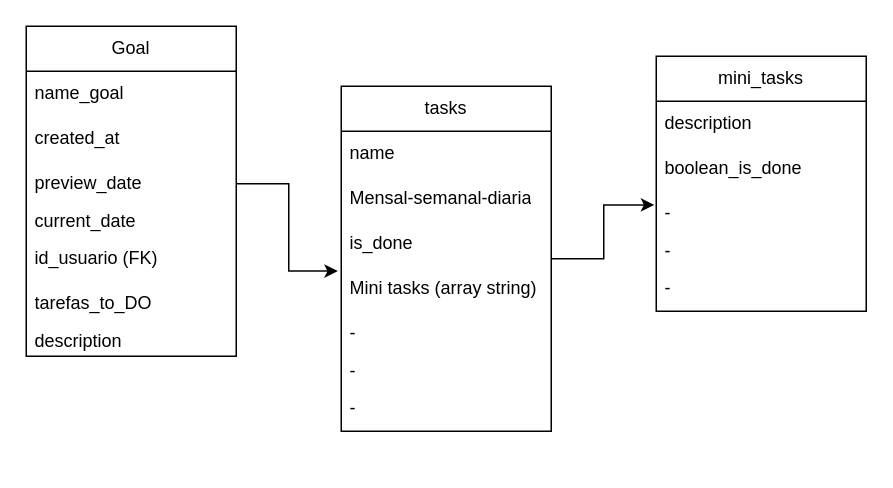
Above: public/diagram.drawio in matheusz-nied/my-goals (draw.io), before the change. Source tidied: cells renumbered, new cells numbered last; positions are measured from the earlier drawing's top-left corner, leaving out a move shared by most shapes. Both pictures are drawn from the tidied source at 150%, with x=0, y=0 at pixel (26, 26).
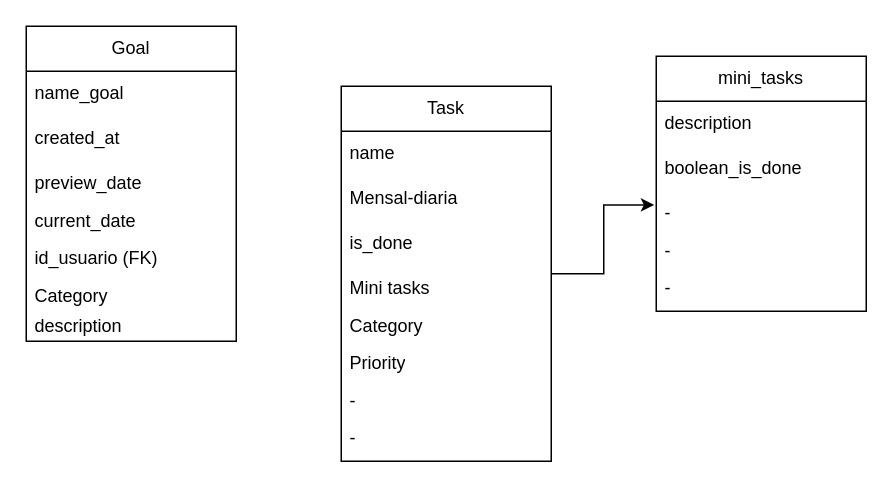
The same page after the edit.

The change refers to these unchanged cells:
```xml
<mxCell id="5" value="preview_date" style="text;strokeColor=none;fillColor=none;align=left;verticalAlign=middle;spacingLeft=4;spacingRight=4;overflow=hidden;points=[[0,0.5],[1,0.5]];portConstraint=eastwest;whiteSpace=wrap;html=1;" parent="2" vertex="1">
  <mxGeometry y="90" width="140" height="30" as="geometry" />
</mxCell>
```

What changed in the source:
```diff
@@
     <mxCell id="2" value="Goal" style="swimlane;fontStyle=0;horizontal=1;startSize=30;whiteSpace=wrap;html=1;" parent="1" vertex="1">
-      <mxGeometry width="140" height="220" as="geometry" />
+      <mxGeometry width="140" height="210" as="geometry" />
     </mxCell>
@@
-    <mxCell id="8" value="tarefas_to_DO" style="text;strokeColor=none;fillColor=none;align=left;verticalAlign=middle;spacingLeft=4;spacingRight=4;overflow=hidden;whiteSpace=wrap;html=1;" parent="2" vertex="1">
-      <mxGeometry y="170" width="140" height="30" as="geometry" />
-    </mxCell>
-    <mxCell id="9" value="description" style="text;strokeColor=none;fillColor=none;align=left;verticalAlign=middle;spacingLeft=4;spacingRight=4;overflow=hidden;whiteSpace=wrap;html=1;" parent="2" vertex="1">
-      <mxGeometry y="200" width="140" height="20" as="geometry" />
+    <mxCell id="9" value="Category" style="text;strokeColor=none;fillColor=none;align=left;verticalAlign=middle;spacingLeft=4;spacingRight=4;overflow=hidden;whiteSpace=wrap;html=1;" parent="2" vertex="1">
+      <mxGeometry y="170" width="140" height="20" as="geometry" />
     </mxCell>
+    <mxCell id="26" value="description" style="text;strokeColor=none;fillColor=none;align=left;verticalAlign=middle;spacingLeft=4;spacingRight=4;overflow=hidden;whiteSpace=wrap;html=1;" parent="2" vertex="1">
+      <mxGeometry y="190" width="140" height="20" as="geometry" />
+    </mxCell>
-    <mxCell id="10" value="tasks" style="swimlane;fontStyle=0;horizontal=1;startSize=30;whiteSpace=wrap;html=1;" parent="1" vertex="1">
-      <mxGeometry x="210" y="40" width="140" height="230" as="geometry" />
+    <mxCell id="10" value="Task" style="swimlane;fontStyle=0;horizontal=1;startSize=30;whiteSpace=wrap;html=1;" parent="1" vertex="1">
+      <mxGeometry x="210" y="40" width="140" height="250" as="geometry" />
     </mxCell>
@@
-    <mxCell id="12" value="Mensal-semanal-diaria" style="text;strokeColor=none;fillColor=none;align=left;verticalAlign=middle;spacingLeft=4;spacingRight=4;overflow=hidden;whiteSpace=wrap;html=1;" parent="10" vertex="1">
+    <mxCell id="12" value="Mensal-diaria" style="text;strokeColor=none;fillColor=none;align=left;verticalAlign=middle;spacingLeft=4;spacingRight=4;overflow=hidden;whiteSpace=wrap;html=1;" parent="10" vertex="1">
       <mxGeometry y="60" width="140" height="30" as="geometry" />
     </mxCell>
@@
-    <mxCell id="14" value="Mini tasks (array string)" style="text;strokeColor=none;fillColor=none;align=left;verticalAlign=middle;spacingLeft=4;spacingRight=4;overflow=hidden;points=[[0,0.5],[1,0.5]];portConstraint=eastwest;whiteSpace=wrap;html=1;" parent="10" vertex="1">
+    <mxCell id="14" value="Mini tasks&amp;nbsp;&lt;br&gt;" style="text;strokeColor=none;fillColor=none;align=left;verticalAlign=middle;spacingLeft=4;spacingRight=4;overflow=hidden;points=[[0,0.5],[1,0.5]];portConstraint=eastwest;whiteSpace=wrap;html=1;" parent="10" vertex="1">
       <mxGeometry y="120" width="140" height="30" as="geometry" />
     </mxCell>
+    <mxCell id="27" value="Category" style="text;strokeColor=none;fillColor=none;align=left;verticalAlign=middle;spacingLeft=4;spacingRight=4;overflow=hidden;whiteSpace=wrap;html=1;" parent="10" vertex="1">
+      <mxGeometry y="150" width="140" height="20" as="geometry" />
+    </mxCell>
-    <mxCell id="15" value="-" style="text;strokeColor=none;fillColor=none;align=left;verticalAlign=middle;spacingLeft=4;spacingRight=4;overflow=hidden;whiteSpace=wrap;html=1;" parent="10" vertex="1">
-      <mxGeometry y="150" width="140" height="30" as="geometry" />
+    <mxCell id="15" value="Priority" style="text;strokeColor=none;fillColor=none;align=left;verticalAlign=middle;spacingLeft=4;spacingRight=4;overflow=hidden;whiteSpace=wrap;html=1;" parent="10" vertex="1">
+      <mxGeometry y="170" width="140" height="30" as="geometry" />
     </mxCell>
     <mxCell id="16" value="-" style="text;strokeColor=none;fillColor=none;align=left;verticalAlign=middle;spacingLeft=4;spacingRight=4;overflow=hidden;whiteSpace=wrap;html=1;" parent="10" vertex="1">
-      <mxGeometry y="180" width="140" height="20" as="geometry" />
+      <mxGeometry y="200" width="140" height="20" as="geometry" />
     </mxCell>
     <mxCell id="17" value="-" style="text;strokeColor=none;fillColor=none;align=left;verticalAlign=middle;spacingLeft=4;spacingRight=4;overflow=hidden;whiteSpace=wrap;html=1;" parent="10" vertex="1">
-      <mxGeometry y="200" width="140" height="30" as="geometry" />
+      <mxGeometry y="220" width="140" height="30" as="geometry" />
     </mxCell>
@@
-    <mxCell id="24" style="edgeStyle=orthogonalEdgeStyle;rounded=0;jettySize=auto;html=1;entryX=-0.016;entryY=0.108;entryDx=0;entryDy=0;entryPerimeter=0;" parent="1" edge="1" source="5" target="14">
-      <mxGeometry relative="1" as="geometry" />
-    </mxCell>
```
